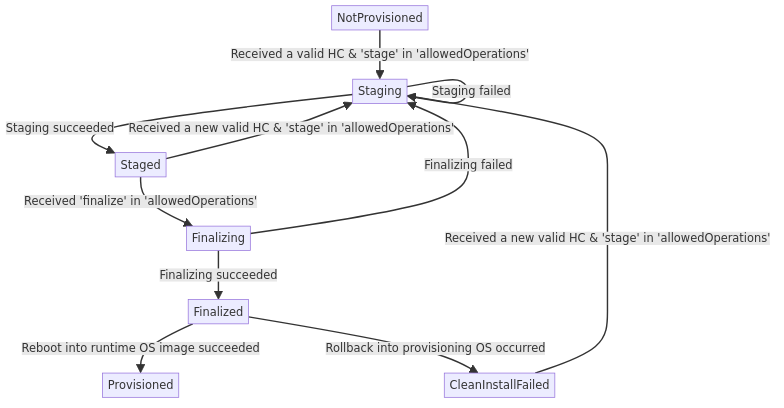
Earlier version of the Mermaid export dev-docs/diagrams/state-diagrams/clean-install.png (microsoft/trident). Its source is kept beside it as dev-docs/diagrams/state-diagrams/clean-install.mmd.
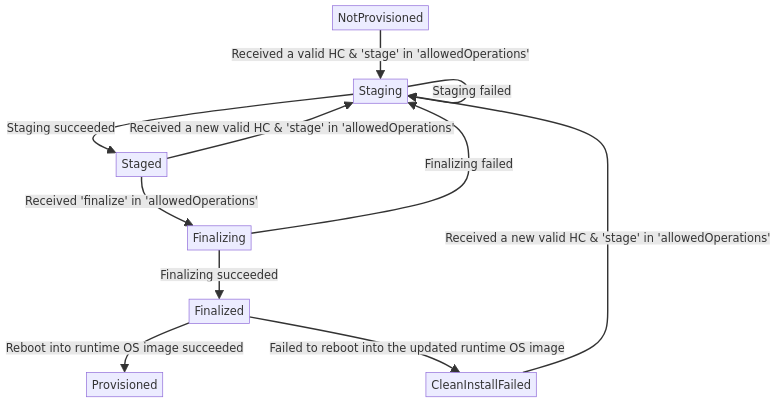
The same diagram one commit later.

Commit message:
Merged PR 19992: bug: Fix logic to validate reboot post clean install and A/B update

What changed in the source:
```diff
@@ -7,5 +7,5 @@
 E --> |Finalizing failed|B
 E --> |Finalizing succeeded|F[Finalized]
 F --> |Reboot into runtime OS image succeeded|G[Provisioned]
-F --> |Rollback into provisioning OS occurred|D[CleanInstallFailed]
+F --> |Failed to reboot into the updated runtime OS image|D[CleanInstallFailed]
 D --> |Received a new valid HC & 'stage' in 'allowedOperations'|B
```
